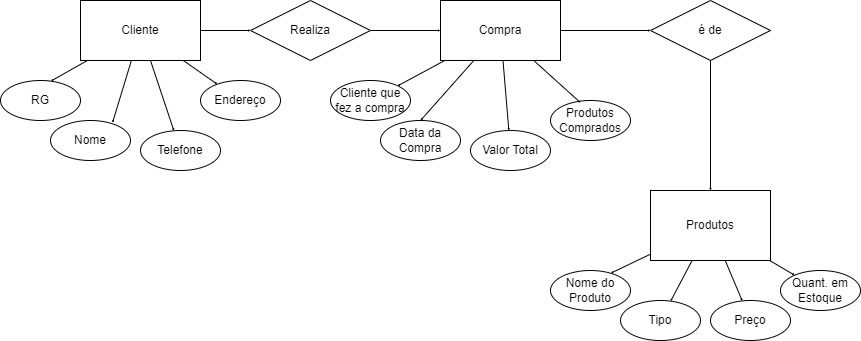
Before: Exercicio 7.drawio.png, a diagram exported from draw.io (Thais-VDR/Exercicio_Diagramas). Source tidied: cells renumbered, new cells last; positions are measured from the earlier drawing's top-left corner, leaving out a move shared by most shapes. Source of this version:
```xml
<mxGraphModel>
  <root>
    <mxCell id="0" />
    <mxCell id="1" parent="0" />
    <mxCell id="2" style="rounded=0;jettySize=auto;html=1;endSize=0;startSize=0;" parent="1" edge="1" source="5" target="17">
      <mxGeometry relative="1" as="geometry" />
    </mxCell>
    <mxCell id="3" style="rounded=0;jettySize=auto;html=1;endSize=0;startSize=0;" parent="1" edge="1" source="5" target="18">
      <mxGeometry relative="1" as="geometry" />
    </mxCell>
    <mxCell id="4" style="edgeStyle=orthogonalEdgeStyle;rounded=0;jettySize=auto;html=1;endSize=0;startSize=0;" parent="1" edge="1" source="5" target="32">
      <mxGeometry relative="1" as="geometry" />
    </mxCell>
    <mxCell id="5" value="Cliente" style="rounded=0;whiteSpace=wrap;html=1;" parent="1" vertex="1">
      <mxGeometry x="80" width="120" height="60" as="geometry" />
    </mxCell>
    <mxCell id="6" style="rounded=0;jettySize=auto;html=1;endSize=0;startSize=0;" parent="1" edge="1" source="10" target="21">
      <mxGeometry relative="1" as="geometry" />
    </mxCell>
    <mxCell id="7" style="rounded=0;jettySize=auto;html=1;endSize=0;startSize=0;" parent="1" edge="1" source="10" target="23">
      <mxGeometry relative="1" as="geometry" />
    </mxCell>
    <mxCell id="8" style="rounded=0;jettySize=auto;html=1;entryX=0.5;entryY=0;entryDx=0;entryDy=0;endSize=0;startSize=0;" parent="1" edge="1" source="10" target="22">
      <mxGeometry relative="1" as="geometry" />
    </mxCell>
    <mxCell id="9" style="rounded=0;jettySize=auto;html=1;endSize=0;startSize=0;" parent="1" edge="1" source="10" target="34">
      <mxGeometry relative="1" as="geometry" />
    </mxCell>
    <mxCell id="10" value="Compra" style="rounded=0;whiteSpace=wrap;html=1;" parent="1" vertex="1">
      <mxGeometry x="440" width="120" height="60" as="geometry" />
    </mxCell>
    <mxCell id="11" style="rounded=0;jettySize=auto;html=1;endSize=0;startSize=0;" parent="1" edge="1" source="14" target="27">
      <mxGeometry relative="1" as="geometry" />
    </mxCell>
    <mxCell id="12" style="rounded=0;jettySize=auto;html=1;endSize=0;startSize=0;" parent="1" edge="1" source="14" target="28">
      <mxGeometry relative="1" as="geometry" />
    </mxCell>
    <mxCell id="13" style="rounded=0;jettySize=auto;html=1;endSize=0;startSize=0;" parent="1" edge="1" source="14" target="29">
      <mxGeometry relative="1" as="geometry" />
    </mxCell>
    <mxCell id="14" value="Produtos" style="rounded=0;whiteSpace=wrap;html=1;" parent="1" vertex="1">
      <mxGeometry x="650" y="190" width="120" height="70" as="geometry" />
    </mxCell>
    <mxCell id="15" value="RG" style="ellipse;whiteSpace=wrap;html=1;" parent="1" vertex="1">
      <mxGeometry y="80" width="80" height="40" as="geometry" />
    </mxCell>
    <mxCell id="16" value="Nome" style="ellipse;whiteSpace=wrap;html=1;" parent="1" vertex="1">
      <mxGeometry x="50" y="120" width="80" height="40" as="geometry" />
    </mxCell>
    <mxCell id="17" value="Telefone" style="ellipse;whiteSpace=wrap;html=1;" parent="1" vertex="1">
      <mxGeometry x="140" y="130" width="80" height="40" as="geometry" />
    </mxCell>
    <mxCell id="18" value="Endereço" style="ellipse;whiteSpace=wrap;html=1;" parent="1" vertex="1">
      <mxGeometry x="200" y="80" width="80" height="40" as="geometry" />
    </mxCell>
    <mxCell id="19" style="rounded=0;jettySize=auto;html=1;entryX=0.775;entryY=0.055;entryDx=0;entryDy=0;entryPerimeter=0;endSize=0;startSize=0;" parent="1" edge="1" source="5" target="16">
      <mxGeometry relative="1" as="geometry" />
    </mxCell>
    <mxCell id="20" style="rounded=0;jettySize=auto;html=1;entryX=0.63;entryY=0.015;entryDx=0;entryDy=0;entryPerimeter=0;endSize=0;startSize=0;" parent="1" edge="1" source="5" target="15">
      <mxGeometry relative="1" as="geometry" />
    </mxCell>
    <mxCell id="21" value="Cliente que fez a compra" style="ellipse;whiteSpace=wrap;html=1;" parent="1" vertex="1">
      <mxGeometry x="330" y="80" width="80" height="40" as="geometry" />
    </mxCell>
    <mxCell id="22" value="Data da Compra" style="ellipse;whiteSpace=wrap;html=1;" parent="1" vertex="1">
      <mxGeometry x="380" y="120" width="80" height="40" as="geometry" />
    </mxCell>
    <mxCell id="23" value="Valor Total" style="ellipse;whiteSpace=wrap;html=1;" parent="1" vertex="1">
      <mxGeometry x="470" y="130" width="80" height="40" as="geometry" />
    </mxCell>
    <mxCell id="24" value="Produtos Comprados" style="ellipse;whiteSpace=wrap;html=1;" parent="1" vertex="1">
      <mxGeometry x="550" y="100" width="80" height="40" as="geometry" />
    </mxCell>
    <mxCell id="25" style="rounded=0;jettySize=auto;html=1;entryX=0.375;entryY=0.055;entryDx=0;entryDy=0;entryPerimeter=0;endSize=0;startSize=0;" parent="1" edge="1" source="10" target="24">
      <mxGeometry relative="1" as="geometry" />
    </mxCell>
    <mxCell id="26" value="Nome do Produto" style="ellipse;whiteSpace=wrap;html=1;" parent="1" vertex="1">
      <mxGeometry x="550" y="270" width="80" height="40" as="geometry" />
    </mxCell>
    <mxCell id="27" value="Tipo" style="ellipse;whiteSpace=wrap;html=1;" parent="1" vertex="1">
      <mxGeometry x="620" y="300" width="80" height="40" as="geometry" />
    </mxCell>
    <mxCell id="28" value="Preço" style="ellipse;whiteSpace=wrap;html=1;" parent="1" vertex="1">
      <mxGeometry x="710" y="300" width="80" height="40" as="geometry" />
    </mxCell>
    <mxCell id="29" value="Quant. em Estoque" style="ellipse;whiteSpace=wrap;html=1;" parent="1" vertex="1">
      <mxGeometry x="780" y="270" width="80" height="40" as="geometry" />
    </mxCell>
    <mxCell id="30" style="rounded=0;jettySize=auto;html=1;entryX=0.755;entryY=0.065;entryDx=0;entryDy=0;entryPerimeter=0;endSize=0;startSize=0;" parent="1" edge="1" source="14" target="26">
      <mxGeometry relative="1" as="geometry" />
    </mxCell>
    <mxCell id="31" style="edgeStyle=orthogonalEdgeStyle;rounded=0;jettySize=auto;html=1;endSize=0;startSize=0;" parent="1" edge="1" source="32" target="10">
      <mxGeometry relative="1" as="geometry" />
    </mxCell>
    <mxCell id="32" value="Realiza" style="rhombus;whiteSpace=wrap;html=1;" parent="1" vertex="1">
      <mxGeometry x="250" width="120" height="60" as="geometry" />
    </mxCell>
    <mxCell id="33" style="edgeStyle=orthogonalEdgeStyle;rounded=0;jettySize=auto;html=1;endSize=0;startSize=0;" parent="1" edge="1" source="34" target="14">
      <mxGeometry relative="1" as="geometry" />
    </mxCell>
    <mxCell id="34" value="é de" style="rhombus;whiteSpace=wrap;html=1;" parent="1" vertex="1">
      <mxGeometry x="650" width="120" height="60" as="geometry" />
    </mxCell>
  </root>
</mxGraphModel>
```
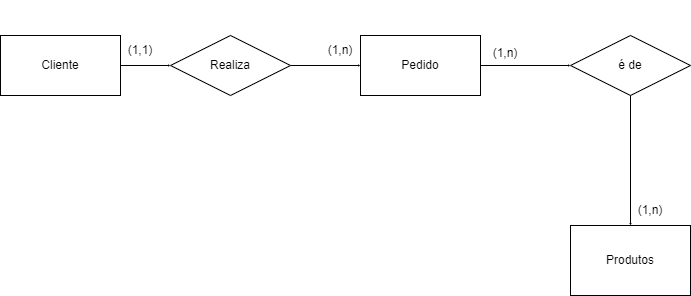
The same file after the commit.

What changed in the source:
```diff
@@ -2,93 +2,21 @@
   <root>
     <mxCell id="0" />
     <mxCell id="1" parent="0" />
-    <mxCell id="2" style="rounded=0;jettySize=auto;html=1;endSize=0;startSize=0;" parent="1" edge="1" source="5" target="17">
-      <mxGeometry relative="1" as="geometry" />
-    </mxCell>
-    <mxCell id="3" style="rounded=0;jettySize=auto;html=1;endSize=0;startSize=0;" parent="1" edge="1" source="5" target="18">
-      <mxGeometry relative="1" as="geometry" />
-    </mxCell>
     <mxCell id="4" style="edgeStyle=orthogonalEdgeStyle;rounded=0;jettySize=auto;html=1;endSize=0;startSize=0;" parent="1" edge="1" source="5" target="32">
       <mxGeometry relative="1" as="geometry" />
     </mxCell>
     <mxCell id="5" value="Cliente" style="rounded=0;whiteSpace=wrap;html=1;" parent="1" vertex="1">
       <mxGeometry x="80" width="120" height="60" as="geometry" />
     </mxCell>
-    <mxCell id="6" style="rounded=0;jettySize=auto;html=1;endSize=0;startSize=0;" parent="1" edge="1" source="10" target="21">
-      <mxGeometry relative="1" as="geometry" />
-    </mxCell>
-    <mxCell id="7" style="rounded=0;jettySize=auto;html=1;endSize=0;startSize=0;" parent="1" edge="1" source="10" target="23">
-      <mxGeometry relative="1" as="geometry" />
-    </mxCell>
-    <mxCell id="8" style="rounded=0;jettySize=auto;html=1;entryX=0.5;entryY=0;entryDx=0;entryDy=0;endSize=0;startSize=0;" parent="1" edge="1" source="10" target="22">
-      <mxGeometry relative="1" as="geometry" />
-    </mxCell>
     <mxCell id="9" style="rounded=0;jettySize=auto;html=1;endSize=0;startSize=0;" parent="1" edge="1" source="10" target="34">
       <mxGeometry relative="1" as="geometry" />
     </mxCell>
-    <mxCell id="10" value="Compra" style="rounded=0;whiteSpace=wrap;html=1;" parent="1" vertex="1">
+    <mxCell id="10" value="Pedido" style="rounded=0;whiteSpace=wrap;html=1;" parent="1" vertex="1">
       <mxGeometry x="440" width="120" height="60" as="geometry" />
     </mxCell>
-    <mxCell id="11" style="rounded=0;jettySize=auto;html=1;endSize=0;startSize=0;" parent="1" edge="1" source="14" target="27">
-      <mxGeometry relative="1" as="geometry" />
-    </mxCell>
-    <mxCell id="12" style="rounded=0;jettySize=auto;html=1;endSize=0;startSize=0;" parent="1" edge="1" source="14" target="28">
-      <mxGeometry relative="1" as="geometry" />
-    </mxCell>
-    <mxCell id="13" style="rounded=0;jettySize=auto;html=1;endSize=0;startSize=0;" parent="1" edge="1" source="14" target="29">
-      <mxGeometry relative="1" as="geometry" />
-    </mxCell>
     <mxCell id="14" value="Produtos" style="rounded=0;whiteSpace=wrap;html=1;" parent="1" vertex="1">
       <mxGeometry x="650" y="190" width="120" height="70" as="geometry" />
     </mxCell>
-    <mxCell id="15" value="RG" style="ellipse;whiteSpace=wrap;html=1;" parent="1" vertex="1">
-      <mxGeometry y="80" width="80" height="40" as="geometry" />
-    </mxCell>
-    <mxCell id="16" value="Nome" style="ellipse;whiteSpace=wrap;html=1;" parent="1" vertex="1">
-      <mxGeometry x="50" y="120" width="80" height="40" as="geometry" />
-    </mxCell>
-    <mxCell id="17" value="Telefone" style="ellipse;whiteSpace=wrap;html=1;" parent="1" vertex="1">
-      <mxGeometry x="140" y="130" width="80" height="40" as="geometry" />
-    </mxCell>
-    <mxCell id="18" value="Endereço" style="ellipse;whiteSpace=wrap;html=1;" parent="1" vertex="1">
-      <mxGeometry x="200" y="80" width="80" height="40" as="geometry" />
-    </mxCell>
-    <mxCell id="19" style="rounded=0;jettySize=auto;html=1;entryX=0.775;entryY=0.055;entryDx=0;entryDy=0;entryPerimeter=0;endSize=0;startSize=0;" parent="1" edge="1" source="5" target="16">
-      <mxGeometry relative="1" as="geometry" />
-    </mxCell>
-    <mxCell id="20" style="rounded=0;jettySize=auto;html=1;entryX=0.63;entryY=0.015;entryDx=0;entryDy=0;entryPerimeter=0;endSize=0;startSize=0;" parent="1" edge="1" source="5" target="15">
-      <mxGeometry relative="1" as="geometry" />
-    </mxCell>
-    <mxCell id="21" value="Cliente que fez a compra" style="ellipse;whiteSpace=wrap;html=1;" parent="1" vertex="1">
-      <mxGeometry x="330" y="80" width="80" height="40" as="geometry" />
-    </mxCell>
-    <mxCell id="22" value="Data da Compra" style="ellipse;whiteSpace=wrap;html=1;" parent="1" vertex="1">
-      <mxGeometry x="380" y="120" width="80" height="40" as="geometry" />
-    </mxCell>
-    <mxCell id="23" value="Valor Total" style="ellipse;whiteSpace=wrap;html=1;" parent="1" vertex="1">
-      <mxGeometry x="470" y="130" width="80" height="40" as="geometry" />
-    </mxCell>
-    <mxCell id="24" value="Produtos Comprados" style="ellipse;whiteSpace=wrap;html=1;" parent="1" vertex="1">
-      <mxGeometry x="550" y="100" width="80" height="40" as="geometry" />
-    </mxCell>
-    <mxCell id="25" style="rounded=0;jettySize=auto;html=1;entryX=0.375;entryY=0.055;entryDx=0;entryDy=0;entryPerimeter=0;endSize=0;startSize=0;" parent="1" edge="1" source="10" target="24">
-      <mxGeometry relative="1" as="geometry" />
-    </mxCell>
-    <mxCell id="26" value="Nome do Produto" style="ellipse;whiteSpace=wrap;html=1;" parent="1" vertex="1">
-      <mxGeometry x="550" y="270" width="80" height="40" as="geometry" />
-    </mxCell>
-    <mxCell id="27" value="Tipo" style="ellipse;whiteSpace=wrap;html=1;" parent="1" vertex="1">
-      <mxGeometry x="620" y="300" width="80" height="40" as="geometry" />
-    </mxCell>
-    <mxCell id="28" value="Preço" style="ellipse;whiteSpace=wrap;html=1;" parent="1" vertex="1">
-      <mxGeometry x="710" y="300" width="80" height="40" as="geometry" />
-    </mxCell>
-    <mxCell id="29" value="Quant. em Estoque" style="ellipse;whiteSpace=wrap;html=1;" parent="1" vertex="1">
-      <mxGeometry x="780" y="270" width="80" height="40" as="geometry" />
-    </mxCell>
-    <mxCell id="30" style="rounded=0;jettySize=auto;html=1;entryX=0.755;entryY=0.065;entryDx=0;entryDy=0;entryPerimeter=0;endSize=0;startSize=0;" parent="1" edge="1" source="14" target="26">
-      <mxGeometry relative="1" as="geometry" />
-    </mxCell>
     <mxCell id="31" style="edgeStyle=orthogonalEdgeStyle;rounded=0;jettySize=auto;html=1;endSize=0;startSize=0;" parent="1" edge="1" source="32" target="10">
       <mxGeometry relative="1" as="geometry" />
     </mxCell>
@@ -101,5 +29,17 @@
     <mxCell id="34" value="é de" style="rhombus;whiteSpace=wrap;html=1;" parent="1" vertex="1">
       <mxGeometry x="650" width="120" height="60" as="geometry" />
     </mxCell>
+    <mxCell id="35" value="(1,1)" style="text;html=1;align=center;verticalAlign=middle;whiteSpace=wrap;rounded=0;" parent="1" vertex="1">
+      <mxGeometry x="190" width="60" height="30" as="geometry" />
+    </mxCell>
+    <mxCell id="36" value="(1,n)" style="text;html=1;align=center;verticalAlign=middle;whiteSpace=wrap;rounded=0;" parent="1" vertex="1">
+      <mxGeometry x="390" y="-35" width="60" height="100" as="geometry" />
+    </mxCell>
+    <mxCell id="37" value="(1,n)" style="text;html=1;align=center;verticalAlign=middle;whiteSpace=wrap;rounded=0;" parent="1" vertex="1">
+      <mxGeometry x="550" y="-10" width="70" height="55" as="geometry" />
+    </mxCell>
+    <mxCell id="38" value="(1,n)" style="text;html=1;align=center;verticalAlign=middle;whiteSpace=wrap;rounded=0;" parent="1" vertex="1">
+      <mxGeometry x="700" y="160" width="60" height="30" as="geometry" />
+    </mxCell>
   </root>
 </mxGraphModel>
```
